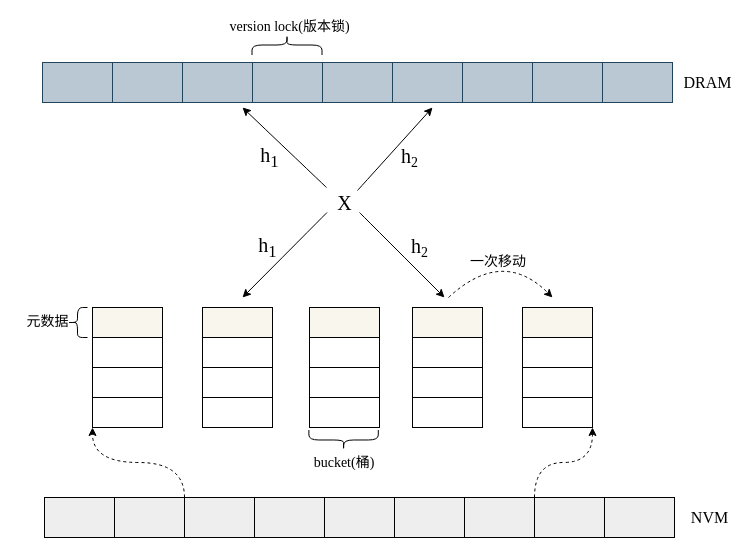
This is page "整体架构" (4 of 17) of 毕业论文.drawio from HustDsy/Picture, a draw.io file, before an edit. Source tidied: cells renumbered, new cells numbered last; positions are measured from the earlier drawing's top-left corner, leaving out a move shared by most shapes. Both pictures are drawn from the tidied source at 100%, with x=0, y=0 at pixel (17, 9).
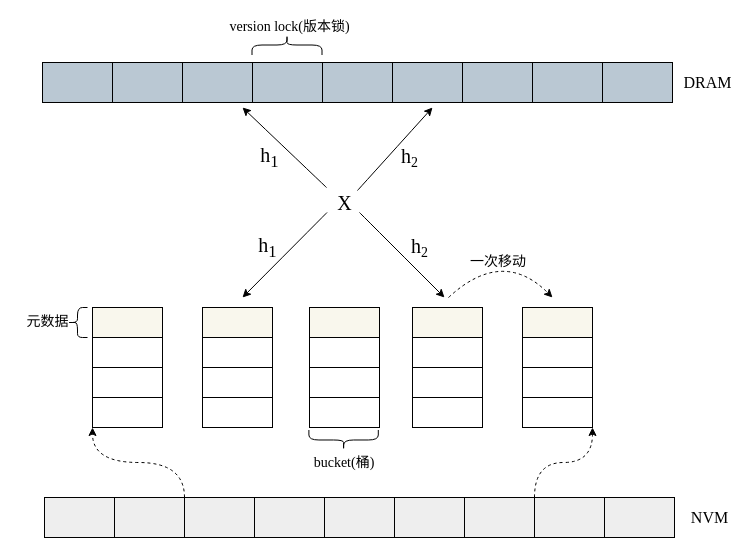
After the change.

What changed in the source:
```diff
@@
-    <mxCell id="39" style="rounded=0;whiteSpace=wrap;html=1;fillColor=#bac8d3;strokeColor=#23445d;" parent="1" vertex="1">
+    <mxCell id="39" style="rounded=0;whiteSpace=wrap;html=1;fillColor=#bac8d3;strokeColor=#000000;" parent="1" vertex="1">
       <mxGeometry x="25" y="53" width="70" height="40" as="geometry" />
     </mxCell>
-    <mxCell id="40" style="rounded=0;whiteSpace=wrap;html=1;fillColor=#bac8d3;strokeColor=#23445d;" parent="1" vertex="1">
+    <mxCell id="40" style="rounded=0;whiteSpace=wrap;html=1;fillColor=#bac8d3;strokeColor=#000000;" parent="1" vertex="1">
       <mxGeometry x="95" y="53" width="70" height="40" as="geometry" />
     </mxCell>
-    <mxCell id="41" style="rounded=0;whiteSpace=wrap;html=1;fillColor=#bac8d3;strokeColor=#23445d;" parent="1" vertex="1">
+    <mxCell id="41" style="rounded=0;whiteSpace=wrap;html=1;fillColor=#bac8d3;strokeColor=#000000;" parent="1" vertex="1">
       <mxGeometry x="165" y="53" width="70" height="40" as="geometry" />
     </mxCell>
-    <mxCell id="42" style="rounded=0;whiteSpace=wrap;html=1;fillColor=#bac8d3;strokeColor=#23445d;" parent="1" vertex="1">
+    <mxCell id="42" style="rounded=0;whiteSpace=wrap;html=1;fillColor=#bac8d3;strokeColor=#000000;" parent="1" vertex="1">
       <mxGeometry x="235" y="53" width="70" height="40" as="geometry" />
     </mxCell>
-    <mxCell id="43" style="rounded=0;whiteSpace=wrap;html=1;fillColor=#bac8d3;strokeColor=#23445d;" parent="1" vertex="1">
+    <mxCell id="43" style="rounded=0;whiteSpace=wrap;html=1;fillColor=#bac8d3;strokeColor=#000000;" parent="1" vertex="1">
       <mxGeometry x="305" y="53" width="70" height="40" as="geometry" />
     </mxCell>
-    <mxCell id="44" style="rounded=0;whiteSpace=wrap;html=1;fillColor=#bac8d3;strokeColor=#23445d;" parent="1" vertex="1">
+    <mxCell id="44" style="rounded=0;whiteSpace=wrap;html=1;fillColor=#bac8d3;strokeColor=#000000;" parent="1" vertex="1">
       <mxGeometry x="375" y="53" width="70" height="40" as="geometry" />
     </mxCell>
-    <mxCell id="45" style="rounded=0;whiteSpace=wrap;html=1;fillColor=#bac8d3;strokeColor=#23445d;" parent="1" vertex="1">
+    <mxCell id="45" style="rounded=0;whiteSpace=wrap;html=1;fillColor=#bac8d3;strokeColor=#000000;" parent="1" vertex="1">
       <mxGeometry x="445" y="53" width="70" height="40" as="geometry" />
     </mxCell>
-    <mxCell id="46" style="rounded=0;whiteSpace=wrap;html=1;fillColor=#bac8d3;strokeColor=#23445d;" parent="1" vertex="1">
+    <mxCell id="46" style="rounded=0;whiteSpace=wrap;html=1;fillColor=#bac8d3;strokeColor=#000000;" parent="1" vertex="1">
       <mxGeometry x="515" y="53" width="70" height="40" as="geometry" />
     </mxCell>
-    <mxCell id="47" style="rounded=0;whiteSpace=wrap;html=1;fillColor=#bac8d3;strokeColor=#23445d;" parent="1" vertex="1">
+    <mxCell id="47" style="rounded=0;whiteSpace=wrap;html=1;fillColor=#bac8d3;strokeColor=#000000;" parent="1" vertex="1">
       <mxGeometry x="585" y="53" width="70" height="40" as="geometry" />
     </mxCell>
```
